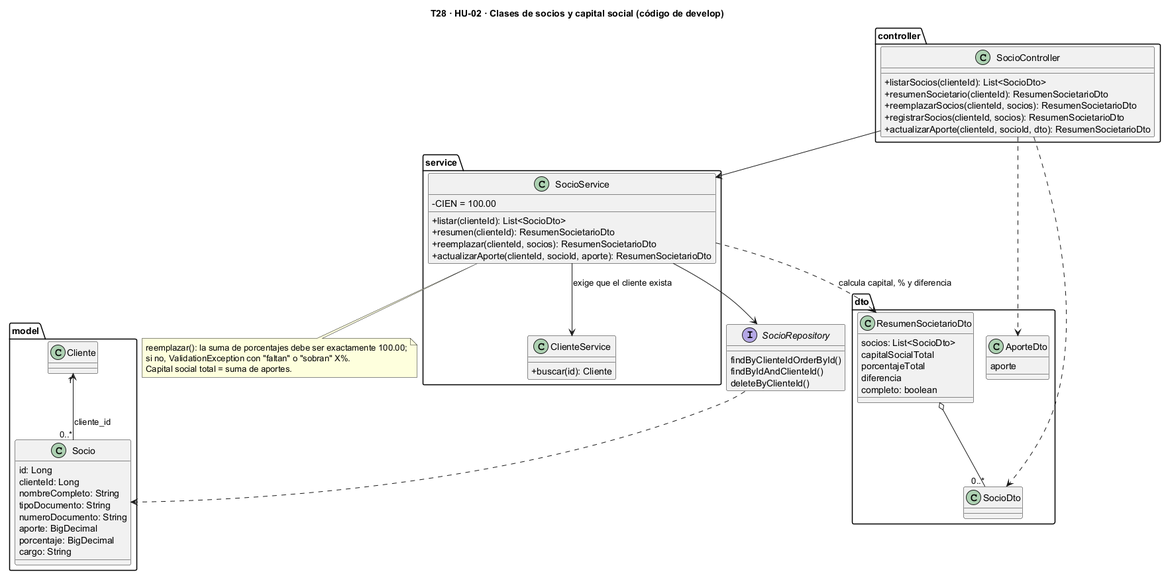
Earlier version of the PlantUML export docs/uml/img/T28-HU02-clases.png (fabianrodriguez33/plus-contable). Its diagram source:
```plantuml
@startuml
!pragma layout smetana
title T28 · HU-02 · Clases de socios y capital social (código de develop)
skinparam classAttributeIconSize 0
skinparam shadowing false

package "controller" {
  class SocioController {
    +listarSocios(clienteId): List<SocioDto>
    +resumenSocietario(clienteId): ResumenSocietarioDto
    +reemplazarSocios(clienteId, socios): ResumenSocietarioDto
    +registrarSocios(clienteId, socios): ResumenSocietarioDto
    +actualizarAporte(clienteId, socioId, dto): ResumenSocietarioDto
  }
}

package "service" {
  class SocioService {
    -CIEN = 100.00
    +listar(clienteId): List<SocioDto>
    +resumen(clienteId): ResumenSocietarioDto
    +reemplazar(clienteId, socios): ResumenSocietarioDto
    +actualizarAporte(clienteId, socioId, aporte): ResumenSocietarioDto
  }
  class ClienteService {
    +buscar(id): Cliente
  }
}

package "dto" {
  class SocioDto
  class ResumenSocietarioDto {
    socios: List<SocioDto>
    capitalSocialTotal
    porcentajeTotal
    diferencia
    completo: boolean
  }
  class AporteDto {
    aporte
  }
}

package "model" {
  class Cliente
  class Socio {
    id: Long
    clienteId: Long
    nombreCompleto: String
    tipoDocumento: String
    numeroDocumento: String
    aporte: BigDecimal
    porcentaje: BigDecimal
    cargo: String
  }
}

interface SocioRepository {
  findByClienteIdOrderById()
  findByIdAndClienteId()
  deleteByClienteId()
}

SocioController --> SocioService
SocioController ..> SocioDto
SocioController ..> AporteDto
SocioService --> ClienteService : exige que el cliente exista
SocioService --> SocioRepository
SocioService ..> ResumenSocietarioDto : calcula capital, % y diferencia
ResumenSocietarioDto o-- "0..*" SocioDto
SocioRepository ..> Socio
Cliente "1" <-- "0..*" Socio : cliente_id

note bottom of SocioService
  reemplazar(): la suma de porcentajes debe ser exactamente 100.00;
  si no, ValidationException con "faltan" o "sobran" X%.
  Capital social total = suma de aportes.
end note
@enduml
```
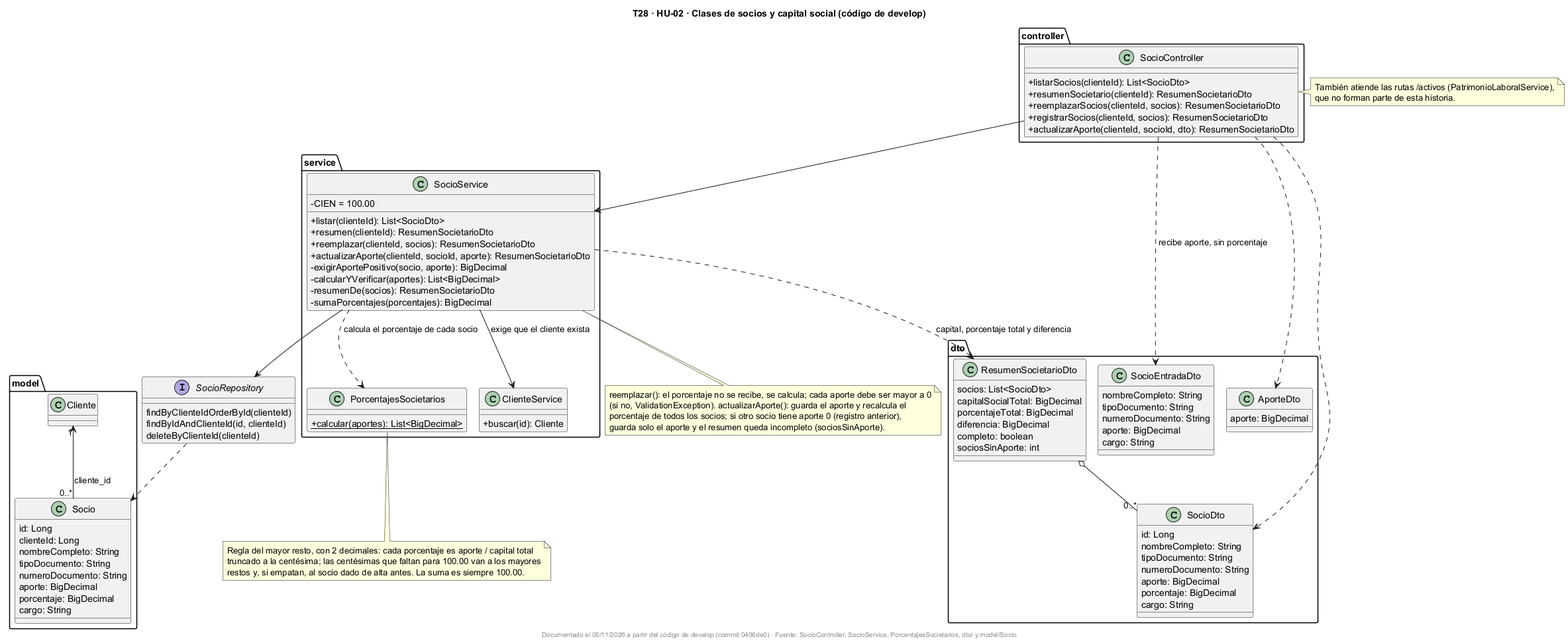
The same file after the commit.

Commit message:
docs(uml): T28 corregido por el PR #20 (el porcentaje de cada socio lo calcula el sistema)

The edit, as a diff of the source:
```diff
@@ -21,6 +21,13 @@
     +resumen(clienteId): ResumenSocietarioDto
     +reemplazar(clienteId, socios): ResumenSocietarioDto
     +actualizarAporte(clienteId, socioId, aporte): ResumenSocietarioDto
+    -exigirAportePositivo(socio, aporte): BigDecimal
+    -calcularYVerificar(aportes): List<BigDecimal>
+    -resumenDe(socios): ResumenSocietarioDto
+    -sumaPorcentajes(porcentajes): BigDecimal
+  }
+  class PorcentajesSocietarios {
+    +{static} calcular(aportes): List<BigDecimal>
   }
   class ClienteService {
     +buscar(id): Cliente
@@ -28,16 +35,32 @@
 }
 
 package "dto" {
-  class SocioDto
+  class SocioEntradaDto {
+    nombreCompleto: String
+    tipoDocumento: String
+    numeroDocumento: String
+    aporte: BigDecimal
+    cargo: String
+  }
+  class SocioDto {
+    id: Long
+    nombreCompleto: String
+    tipoDocumento: String
+    numeroDocumento: String
+    aporte: BigDecimal
+    porcentaje: BigDecimal
+    cargo: String
+  }
+  class AporteDto {
+    aporte: BigDecimal
+  }
   class ResumenSocietarioDto {
     socios: List<SocioDto>
-    capitalSocialTotal
-    porcentajeTotal
-    diferencia
+    capitalSocialTotal: BigDecimal
+    porcentajeTotal: BigDecimal
+    diferencia: BigDecimal
     completo: boolean
-  }
-  class AporteDto {
-    aporte
+    sociosSinAporte: int
   }
 }
 
@@ -56,24 +79,40 @@
 }
 
 interface SocioRepository {
-  findByClienteIdOrderById()
-  findByIdAndClienteId()
-  deleteByClienteId()
+  findByClienteIdOrderById(clienteId)
+  findByIdAndClienteId(id, clienteId)
+  deleteByClienteId(clienteId)
 }
 
 SocioController --> SocioService
+SocioController ..> SocioEntradaDto : recibe aporte, sin porcentaje
+SocioController ..> AporteDto
 SocioController ..> SocioDto
-SocioController ..> AporteDto
 SocioService --> ClienteService : exige que el cliente exista
 SocioService --> SocioRepository
-SocioService ..> ResumenSocietarioDto : calcula capital, % y diferencia
+SocioService ..> PorcentajesSocietarios : calcula el porcentaje de cada socio
+SocioService ..> ResumenSocietarioDto : capital, porcentaje total y diferencia
 ResumenSocietarioDto o-- "0..*" SocioDto
 SocioRepository ..> Socio
 Cliente "1" <-- "0..*" Socio : cliente_id
 
+note bottom of PorcentajesSocietarios
+  Regla del mayor resto, con 2 decimales: cada porcentaje es aporte / capital total
+  truncado a la centésima; las centésimas que faltan para 100.00 van a los mayores
+  restos y, si empatan, al socio dado de alta antes. La suma es siempre 100.00.
+end note
+
 note bottom of SocioService
-  reemplazar(): la suma de porcentajes debe ser exactamente 100.00;
-  si no, ValidationException con "faltan" o "sobran" X%.
-  Capital social total = suma de aportes.
+  reemplazar(): el porcentaje no se recibe, se calcula; cada aporte debe ser mayor a 0
+  (si no, ValidationException). actualizarAporte(): guarda el aporte y recalcula el
+  porcentaje de todos los socios; si otro socio tiene aporte 0 (registro anterior),
+  guarda solo el aporte y el resumen queda incompleto (sociosSinAporte).
 end note
+
+note right of SocioController
+  También atiende las rutas /activos (PatrimonioLaboralService),
+  que no forman parte de esta historia.
+end note
+
+footer Documentado el 05/11/2026 a partir del código de develop (commit 0406de0) · Fuente: SocioController, SocioService, PorcentajesSocietarios, dto/ y model/Socio
 @enduml
```
